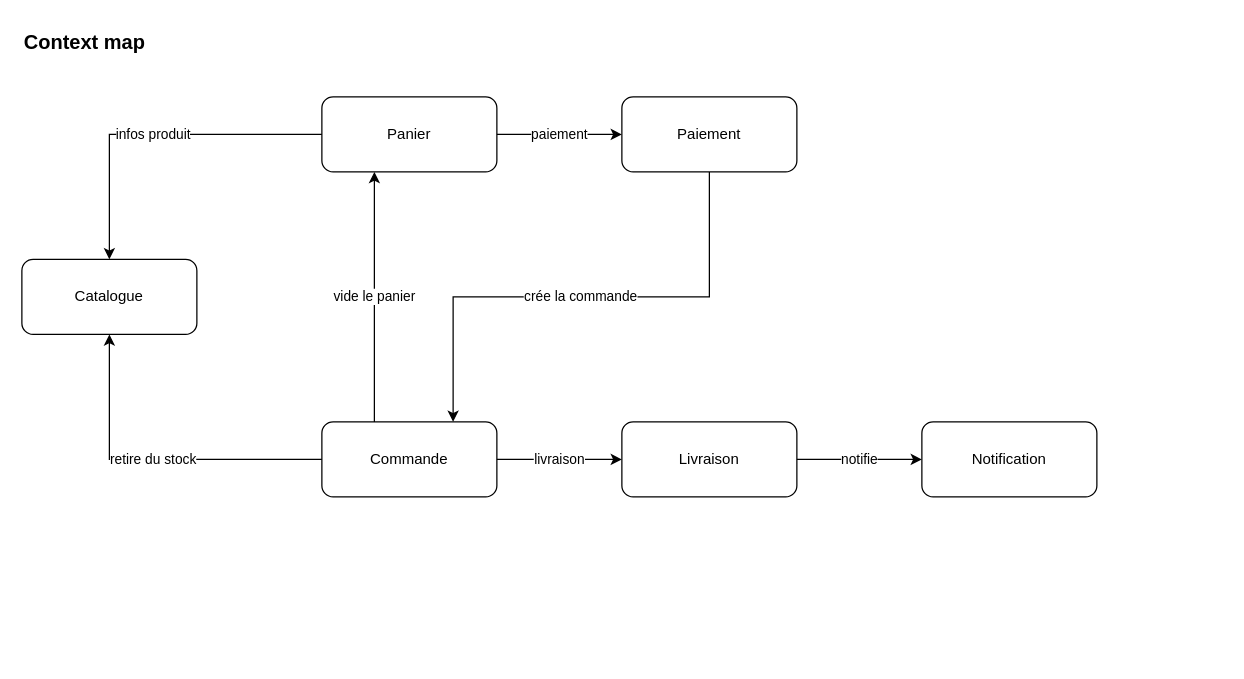
tymmerc/shopflow keeps this draw.io diagram as docs/ddd/context-map.drawio. Above is the earlier version. Source tidied: cells renumbered, new cells numbered last; positions are measured from the earlier drawing's top-left corner, leaving out a move shared by most shapes. Both pictures are drawn from the tidied source at 125%, with x=0, y=0 at pixel (21, 21).
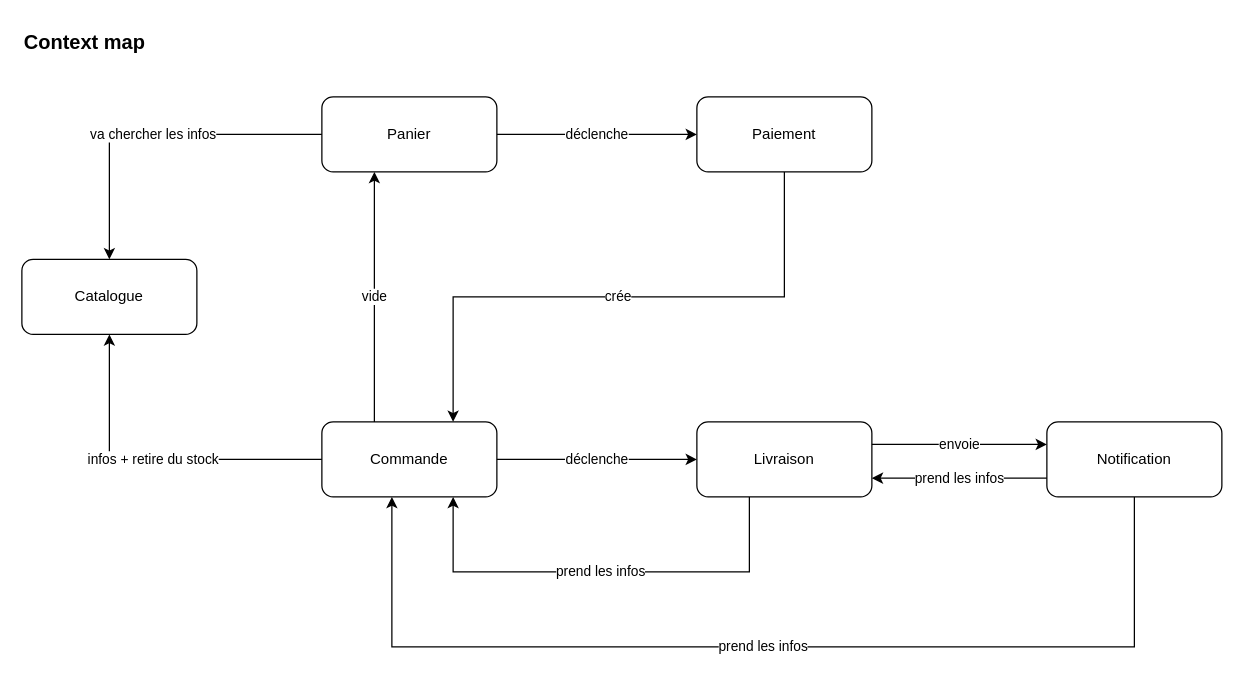
The same page after the edit.

Commit message (it also covers changes not shown here):
docs: update context map with relations from the team table

Unchanged cells that the change refers to:
```xml
<mxCell id="3" value="Catalogue" style="rounded=1;whiteSpace=wrap;html=1;" parent="1" vertex="1">
  <mxGeometry y="190" width="140" height="60" as="geometry" />
</mxCell>
<mxCell id="4" value="Panier" style="rounded=1;whiteSpace=wrap;html=1;" parent="1" vertex="1">
  <mxGeometry x="240" y="60" width="140" height="60" as="geometry" />
</mxCell>
<mxCell id="6" value="Commande" style="rounded=1;whiteSpace=wrap;html=1;" parent="1" vertex="1">
  <mxGeometry x="240" y="320" width="140" height="60" as="geometry" />
</mxCell>
```

Diff of the diagram source:
```diff
@@
     <mxCell id="5" value="Paiement" style="rounded=1;whiteSpace=wrap;html=1;" parent="1" vertex="1">
-      <mxGeometry x="480" y="60" width="140" height="60" as="geometry" />
+      <mxGeometry x="540" y="60" width="140" height="60" as="geometry" />
     </mxCell>
@@
     <mxCell id="7" value="Livraison" style="rounded=1;whiteSpace=wrap;html=1;" parent="1" vertex="1">
-      <mxGeometry x="480" y="320" width="140" height="60" as="geometry" />
+      <mxGeometry x="540" y="320" width="140" height="60" as="geometry" />
     </mxCell>
     <mxCell id="8" value="Notification" style="rounded=1;whiteSpace=wrap;html=1;" parent="1" vertex="1">
-      <mxGeometry x="720" y="320" width="140" height="60" as="geometry" />
+      <mxGeometry x="820" y="320" width="140" height="60" as="geometry" />
     </mxCell>
-    <mxCell id="9" value="infos produit" style="edgeStyle=orthogonalEdgeStyle;rounded=0;html=1;" parent="1" edge="1" source="4" target="3">
+    <mxCell id="9" value="va chercher les infos" style="edgeStyle=orthogonalEdgeStyle;rounded=0;html=1;" parent="1" edge="1" source="4" target="3">
       <mxGeometry relative="1" as="geometry" />
     </mxCell>
-    <mxCell id="10" value="paiement" style="edgeStyle=orthogonalEdgeStyle;rounded=0;html=1;" parent="1" edge="1" source="4" target="5">
+    <mxCell id="10" value="déclenche" style="edgeStyle=orthogonalEdgeStyle;rounded=0;html=1;" parent="1" edge="1" source="4" target="5">
       <mxGeometry relative="1" as="geometry" />
     </mxCell>
-    <mxCell id="11" value="crée la commande" style="edgeStyle=orthogonalEdgeStyle;rounded=0;html=1;exitX=0.5;exitY=1;entryX=0.75;entryY=0;" parent="1" edge="1" source="5" target="6">
+    <mxCell id="11" value="crée" style="edgeStyle=orthogonalEdgeStyle;rounded=0;html=1;exitX=0.5;exitY=1;entryX=0.75;entryY=0;" parent="1" edge="1" source="5" target="6">
       <mxGeometry relative="1" as="geometry">
         <Array as="points">
-          <mxPoint x="550" y="220" />
+          <mxPoint x="610" y="220" />
           <mxPoint x="345" y="220" />
         </Array>
       </mxGeometry>
     </mxCell>
-    <mxCell id="12" value="vide le panier" style="edgeStyle=orthogonalEdgeStyle;rounded=0;html=1;exitX=0.3;exitY=0;entryX=0.3;entryY=1;" parent="1" edge="1" source="6" target="4">
+    <mxCell id="12" value="vide" style="edgeStyle=orthogonalEdgeStyle;rounded=0;html=1;exitX=0.3;exitY=0;entryX=0.3;entryY=1;" parent="1" edge="1" source="6" target="4">
       <mxGeometry relative="1" as="geometry" />
     </mxCell>
-    <mxCell id="13" value="retire du stock" style="edgeStyle=orthogonalEdgeStyle;rounded=0;html=1;" parent="1" edge="1" source="6" target="3">
+    <mxCell id="13" value="infos + retire du stock" style="edgeStyle=orthogonalEdgeStyle;rounded=0;html=1;" parent="1" edge="1" source="6" target="3">
       <mxGeometry relative="1" as="geometry" />
     </mxCell>
-    <mxCell id="14" value="livraison" style="edgeStyle=orthogonalEdgeStyle;rounded=0;html=1;" parent="1" edge="1" source="6" target="7">
+    <mxCell id="14" value="déclenche" style="edgeStyle=orthogonalEdgeStyle;rounded=0;html=1;exitX=1;exitY=0.5;entryX=0;entryY=0.5;" parent="1" edge="1" source="6" target="7">
       <mxGeometry relative="1" as="geometry" />
     </mxCell>
-    <mxCell id="15" value="notifie" style="edgeStyle=orthogonalEdgeStyle;rounded=0;html=1;" parent="1" edge="1" source="7" target="8">
-      <mxGeometry relative="1" as="geometry" />
+    <mxCell id="15" value="prend les infos" style="edgeStyle=orthogonalEdgeStyle;rounded=0;html=1;exitX=0.3;exitY=1;entryX=0.75;entryY=1;" parent="1" edge="1" source="7" target="6">
+      <mxGeometry relative="1" as="geometry">
+        <Array as="points">
+          <mxPoint x="582" y="440" />
+          <mxPoint x="345" y="440" />
+        </Array>
+      </mxGeometry>
     </mxCell>
+    <mxCell id="16" value="envoie" style="edgeStyle=orthogonalEdgeStyle;rounded=0;html=1;exitX=1;exitY=0.3;entryX=0;entryY=0.3;" parent="1" edge="1" source="7" target="8">
+      <mxGeometry relative="1" as="geometry" />
+    </mxCell>
+    <mxCell id="17" value="prend les infos" style="edgeStyle=orthogonalEdgeStyle;rounded=0;html=1;exitX=0;exitY=0.75;entryX=1;entryY=0.75;" parent="1" edge="1" source="8" target="7">
+      <mxGeometry relative="1" as="geometry" />
+    </mxCell>
+    <mxCell id="18" value="prend les infos" style="edgeStyle=orthogonalEdgeStyle;rounded=0;html=1;exitX=0.5;exitY=1;entryX=0.4;entryY=1;" parent="1" edge="1" source="8" target="6">
+      <mxGeometry relative="1" as="geometry">
+        <Array as="points">
+          <mxPoint x="890" y="500" />
+          <mxPoint x="296" y="500" />
+        </Array>
+      </mxGeometry>
+    </mxCell>
```
